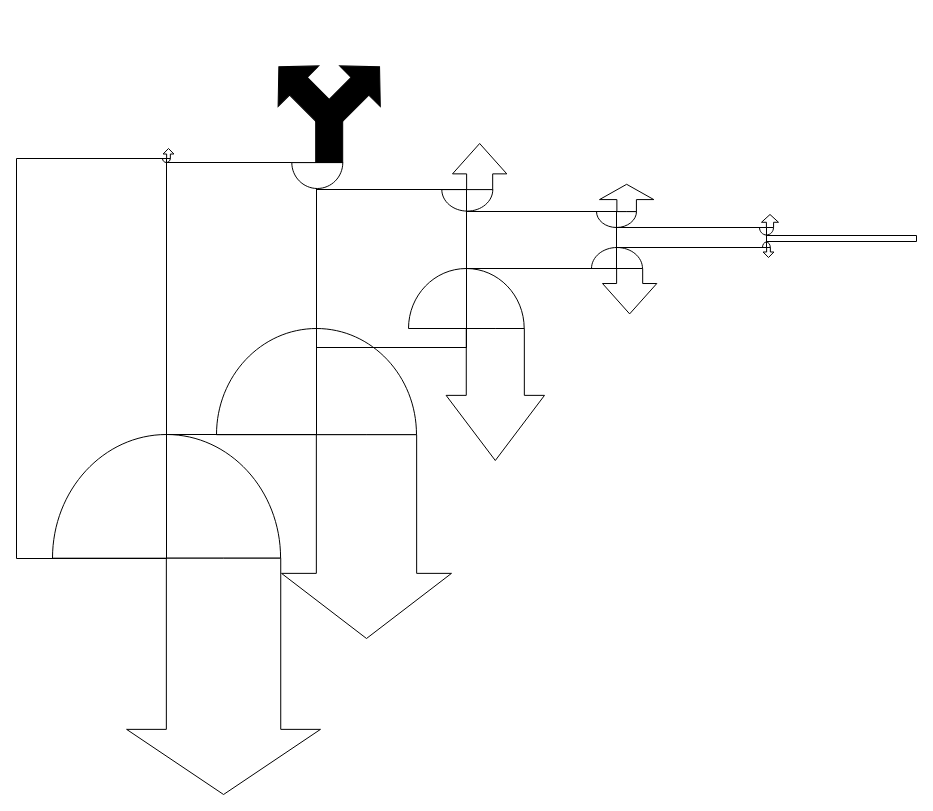
gennacampain/RProjects keeps this draw.io diagram as Untitled Diagram.drawio. Above is the earlier version. Source tidied: cells renumbered, new cells numbered last; positions are measured from the earlier drawing's top-left corner, leaving out a move shared by most shapes. Both pictures are drawn from the tidied source at 100%, with x=0, y=0 at pixel (16, 16).
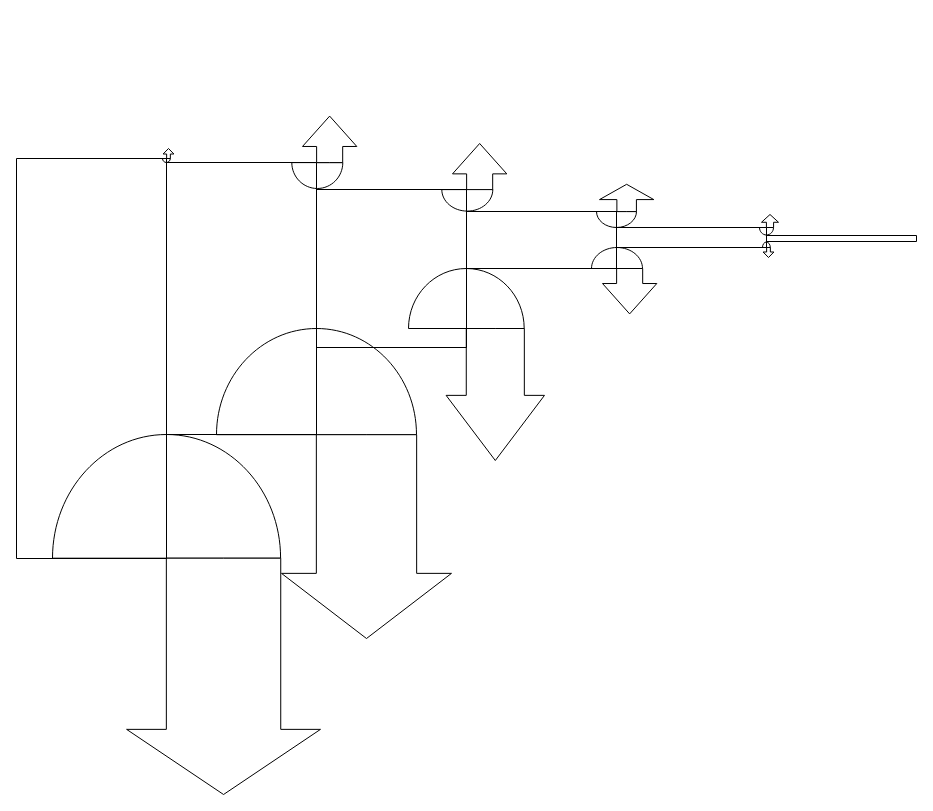
The same diagram, later.

Diff of the diagram source:
```diff
@@
+    <mxCell id="37" style="verticalLabelPosition=bottom;verticalAlign=top;html=1;shape=mxgraph.basic.half_circle;flipV=1;rotation=-180;" parent="1" vertex="1">
+      <mxGeometry x="275.3" y="146.1" width="51" height="25.9" as="geometry" />
+    </mxCell>
@@
-    <mxCell id="37" style="verticalLabelPosition=bottom;verticalAlign=top;html=1;shape=mxgraph.basic.half_circle;flipV=1;rotation=-180;" parent="1" vertex="1">
-      <mxGeometry x="275.3" y="146.1" width="51" height="25.9" as="geometry" />
-    </mxCell>
-    <mxCell id="38" style="group;" parent="1" vertex="1">
-      <mxGeometry x="242" y="-0.2" width="141.4" height="146.2" as="geometry" />
-    </mxCell>
-    <mxCell id="39" style="html=1;shadow=0;dashed=0;align=center;verticalAlign=middle;shape=mxgraph.arrows2.bendDoubleArrow;dy=12.54;dx=27.72;arrowHead=57.58;rounded=0;rotation=225;fillColor=#000000;" parent="38" vertex="1">
-      <mxGeometry x="20.7" y="20.7" width="100" height="100" as="geometry" />
-    </mxCell>
-    <mxCell id="40" style="rounded=0;whiteSpace=wrap;html=1;rotation=-90;fillColor=#000000;" parent="38" vertex="1">
-      <mxGeometry x="46.6" y="108.6" width="48.2" height="27" as="geometry" />
-    </mxCell>
+    <mxCell id="41" style="html=1;shadow=0;dashed=0;align=center;verticalAlign=middle;shape=mxgraph.arrows2.arrow;dy=0.52;dx=30.37;direction=south;notch=0;rotation=-180;" parent="1" vertex="1">
+      <mxGeometry x="286" y="99.6" width="54.3" height="46.5" as="geometry" />
+    </mxCell>
```
